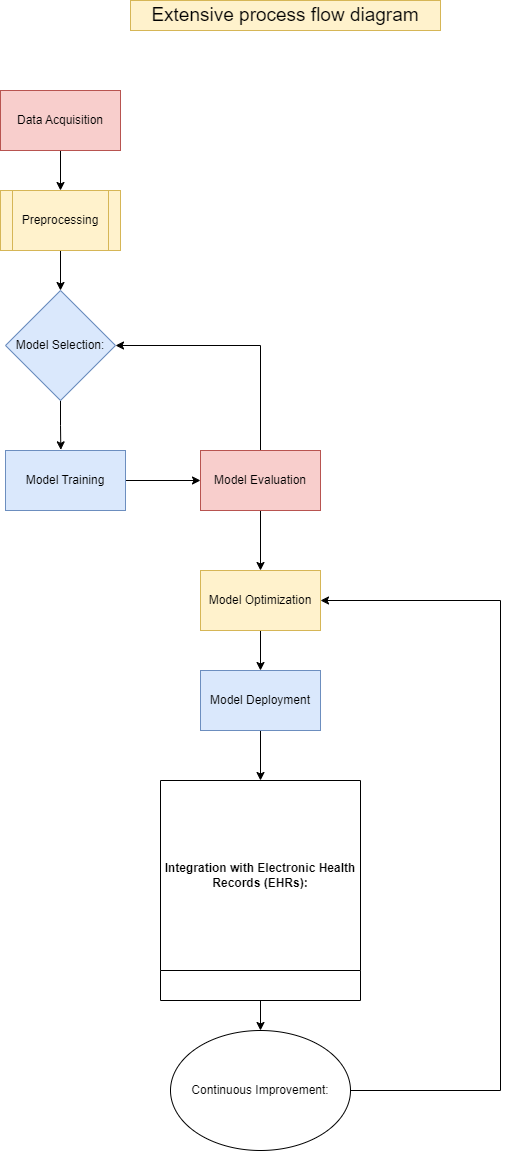
Before: Lung Cancer Detection.drawio.png, a diagram exported from draw.io (belanasaikiran/FlowCharts). Source tidied: cells renumbered, new cells last; positions are measured from the earlier drawing's top-left corner, leaving out a move shared by most shapes.
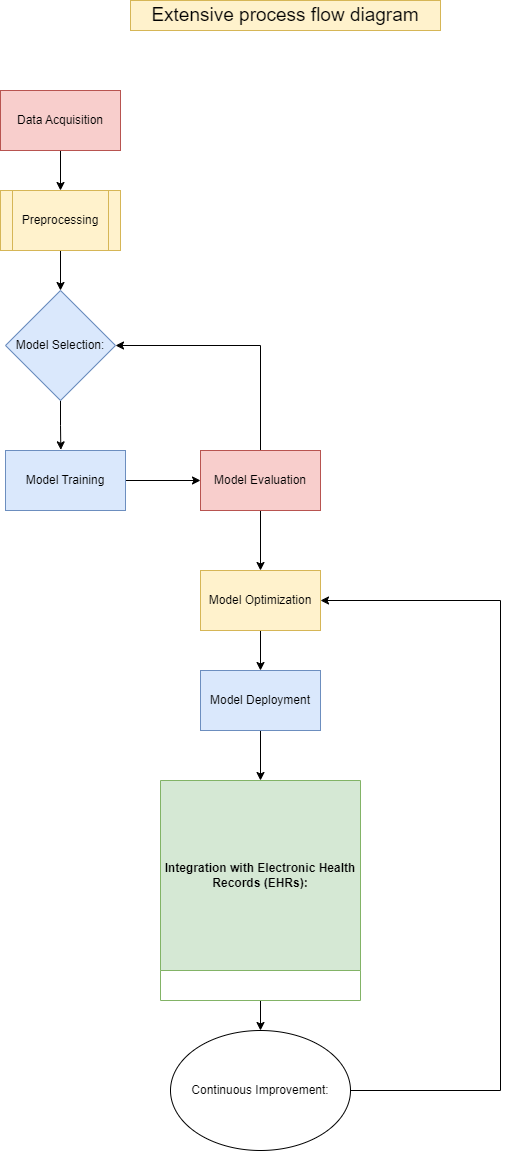
Later version of the same file.

Change to the diagram source:
```diff
@@ -54,7 +54,7 @@
     <mxCell id="17" style="edgeStyle=orthogonalEdgeStyle;rounded=0;jettySize=auto;html=1;entryX=0.5;entryY=0;entryDx=0;entryDy=0;" parent="1" edge="1" source="18" target="20">
       <mxGeometry relative="1" as="geometry" />
     </mxCell>
-    <mxCell id="18" value="Integration with Electronic Health Records (EHRs):" style="swimlane;whiteSpace=wrap;html=1;startSize=190;" parent="1" vertex="1">
+    <mxCell id="18" value="Integration with Electronic Health Records (EHRs):" style="swimlane;whiteSpace=wrap;html=1;startSize=190;fillColor=#d5e8d4;strokeColor=#82b366;" parent="1" vertex="1">
       <mxGeometry x="160" y="780" width="200" height="220" as="geometry" />
     </mxCell>
     <mxCell id="19" style="edgeStyle=orthogonalEdgeStyle;rounded=0;jettySize=auto;html=1;entryX=1;entryY=0.5;entryDx=0;entryDy=0;" parent="1" edge="1" source="20" target="14">
```
